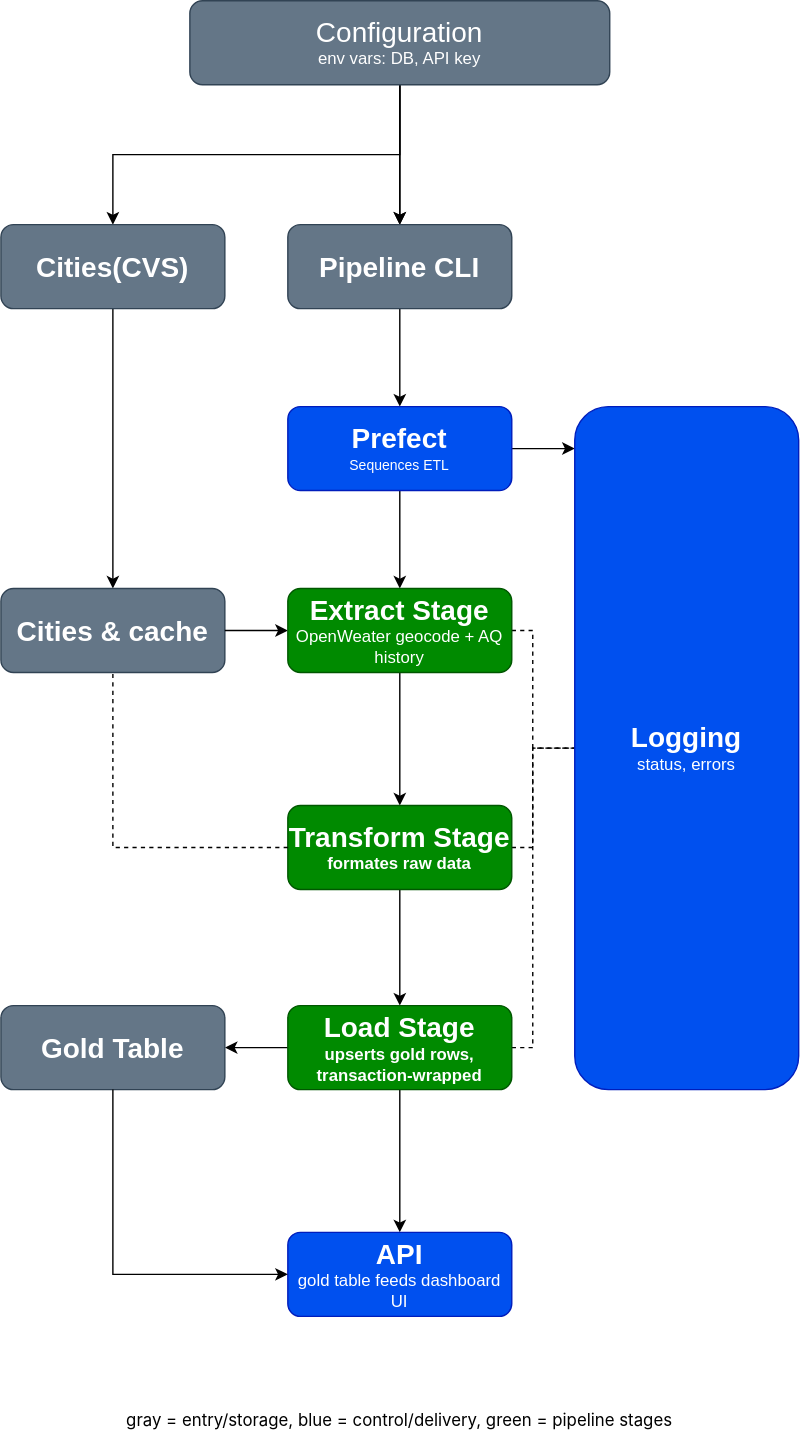
Earlier version of the draw.io export Planned_runtime_flow.drawio.svg (Code-the-Dream-School/summer-26-py-practicum-team2). Source tidied: cells renumbered, new cells last; positions are measured from the earlier drawing's top-left corner, leaving out a move shared by most shapes.
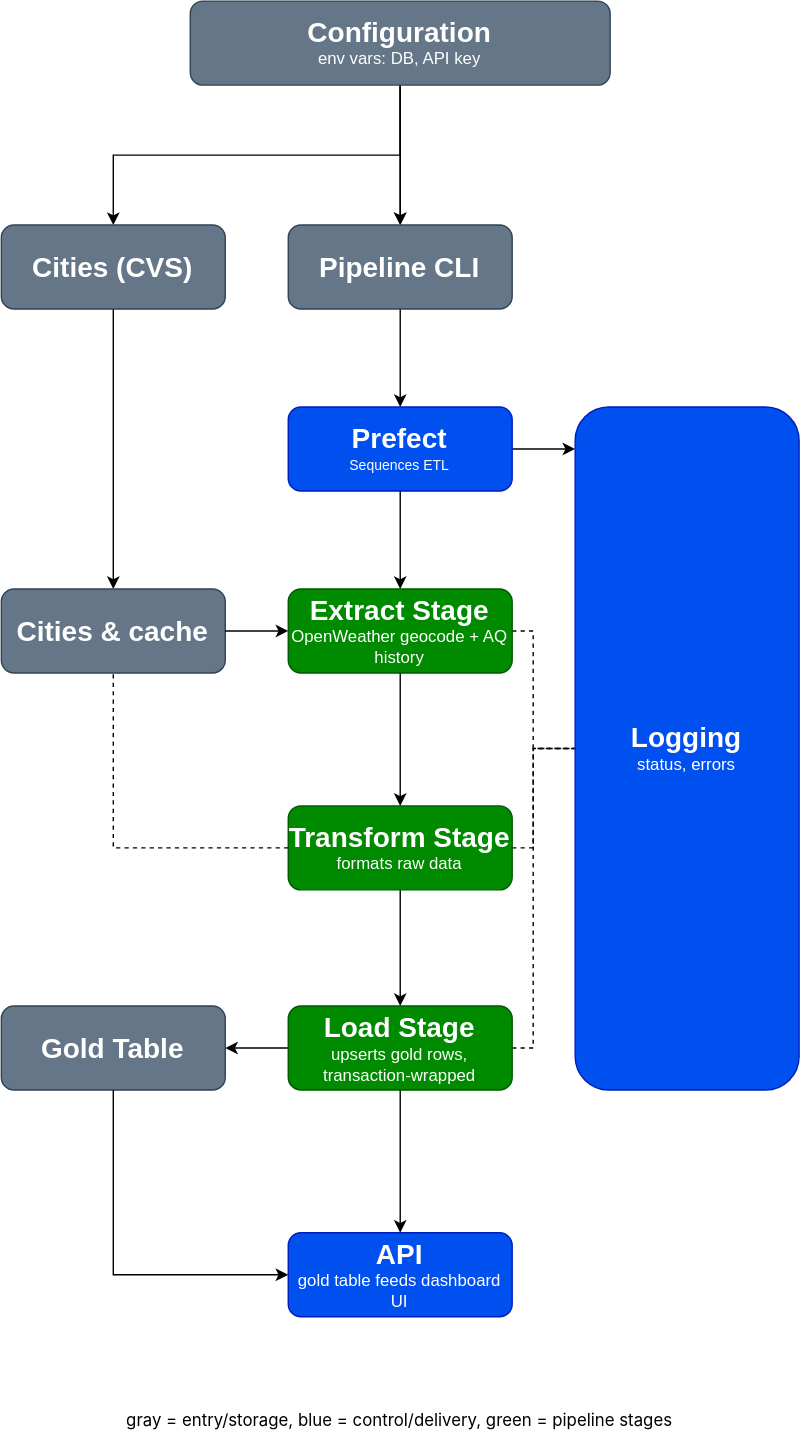
Later version of the same file.

What changed in the source:
```diff
@@ -11,7 +11,7 @@
     <mxCell id="4" style="edgeStyle=orthogonalEdgeStyle;rounded=0;jettySize=auto;html=1;" parent="1" edge="1" source="5" target="9">
       <mxGeometry relative="1" as="geometry" />
     </mxCell>
-    <mxCell id="5" value="&lt;font style=&quot;font-size: 20px;&quot;&gt;Configuration&lt;/font&gt;&lt;br&gt;env vars: DB, API key" style="rounded=1;whiteSpace=wrap;html=1;fillColor=#647687;fontColor=#ffffff;strokeColor=#314354;" parent="1" vertex="1">
+    <mxCell id="5" value="&lt;b&gt;&lt;font style=&quot;font-size: 20px;&quot;&gt;Configuration&lt;/font&gt;&lt;br&gt;&lt;/b&gt;env vars: DB, API key" style="rounded=1;whiteSpace=wrap;html=1;fillColor=#647687;fontColor=#ffffff;strokeColor=#314354;" parent="1" vertex="1">
       <mxGeometry x="135" width="300" height="60" as="geometry" />
     </mxCell>
     <mxCell id="6" style="edgeStyle=orthogonalEdgeStyle;rounded=0;jettySize=auto;html=1;" parent="1" edge="1" source="7" target="13">
@@ -23,7 +23,7 @@
     <mxCell id="8" style="edgeStyle=orthogonalEdgeStyle;rounded=0;jettySize=auto;html=1;" parent="1" edge="1" source="9" target="10">
       <mxGeometry relative="1" as="geometry" />
     </mxCell>
-    <mxCell id="9" value="&lt;b&gt;&lt;font style=&quot;font-size: 20px;&quot;&gt;Cities(CVS)&lt;/font&gt;&lt;/b&gt;" style="whiteSpace=wrap;html=1;rounded=1;fillColor=#647687;fontColor=#ffffff;strokeColor=#314354;" parent="1" vertex="1">
+    <mxCell id="9" value="&lt;b&gt;&lt;font style=&quot;font-size: 20px;&quot;&gt;Cities (CVS)&lt;/font&gt;&lt;/b&gt;" style="whiteSpace=wrap;html=1;rounded=1;fillColor=#647687;fontColor=#ffffff;strokeColor=#314354;" parent="1" vertex="1">
       <mxGeometry y="160" width="160" height="60" as="geometry" />
     </mxCell>
     <mxCell id="10" value="&lt;b&gt;&lt;font style=&quot;font-size: 20px;&quot;&gt;Cities &amp;amp; cache&lt;/font&gt;&lt;/b&gt;" style="whiteSpace=wrap;html=1;rounded=1;fillColor=#647687;fontColor=#ffffff;strokeColor=#314354;" parent="1" vertex="1">
@@ -57,7 +57,7 @@
         </Array>
       </mxGeometry>
     </mxCell>
-    <mxCell id="17" value="&lt;b&gt;&lt;font style=&quot;font-size: 20px;&quot;&gt;Extract Stage&lt;/font&gt;&lt;/b&gt;&lt;br&gt;OpenWeater geocode + AQ history" style="whiteSpace=wrap;html=1;rounded=1;fillColor=#008a00;fontColor=#ffffff;strokeColor=#005700;" parent="1" vertex="1">
+    <mxCell id="17" value="&lt;b&gt;&lt;font style=&quot;font-size: 20px;&quot;&gt;Extract Stage&lt;/font&gt;&lt;/b&gt;&lt;br&gt;OpenWeather geocode + AQ history" style="whiteSpace=wrap;html=1;rounded=1;fillColor=#008a00;fontColor=#ffffff;strokeColor=#005700;" parent="1" vertex="1">
       <mxGeometry x="205" y="420" width="160" height="60" as="geometry" />
     </mxCell>
     <mxCell id="18" style="edgeStyle=orthogonalEdgeStyle;rounded=0;jettySize=auto;html=1;" parent="1" edge="1" source="20" target="24">
@@ -71,7 +71,7 @@
         </Array>
       </mxGeometry>
     </mxCell>
-    <mxCell id="20" value="&lt;b&gt;&lt;font style=&quot;font-size: 20px;&quot;&gt;Transform Stage&lt;br&gt;&lt;/font&gt;formates raw data&lt;/b&gt;" style="whiteSpace=wrap;html=1;rounded=1;fillColor=#008a00;fontColor=#ffffff;strokeColor=#005700;" parent="1" vertex="1">
+    <mxCell id="20" value="&lt;font style=&quot;font-weight: bold; font-size: 20px;&quot;&gt;Transform Stage&lt;br&gt;&lt;/font&gt;formats raw data" style="whiteSpace=wrap;html=1;rounded=1;fillColor=#008a00;fontColor=#ffffff;strokeColor=#005700;" parent="1" vertex="1">
       <mxGeometry x="205" y="575" width="160" height="60" as="geometry" />
     </mxCell>
     <mxCell id="21" style="edgeStyle=orthogonalEdgeStyle;rounded=0;jettySize=auto;html=1;" parent="1" edge="1" source="24" target="25">
@@ -88,7 +88,7 @@
         </Array>
       </mxGeometry>
     </mxCell>
-    <mxCell id="24" value="&lt;b&gt;&lt;font style=&quot;font-size: 20px;&quot;&gt;Load Stage&lt;br&gt;&lt;/font&gt;upserts gold rows, transaction-wrapped&lt;/b&gt;" style="whiteSpace=wrap;html=1;rounded=1;fillColor=#008a00;fontColor=#ffffff;strokeColor=#005700;" parent="1" vertex="1">
+    <mxCell id="24" value="&lt;font style=&quot;font-weight: bold; font-size: 20px;&quot;&gt;Load Stage&lt;br&gt;&lt;/font&gt;upserts gold rows, transaction-wrapped" style="whiteSpace=wrap;html=1;rounded=1;fillColor=#008a00;fontColor=#ffffff;strokeColor=#005700;" parent="1" vertex="1">
       <mxGeometry x="205" y="718" width="160" height="60" as="geometry" />
     </mxCell>
     <mxCell id="25" value="&lt;font style=&quot;font-size: 20px;&quot;&gt;&lt;b&gt;API&lt;/b&gt;&lt;/font&gt;&lt;br&gt;gold table feeds dashboard UI" style="whiteSpace=wrap;html=1;rounded=1;fillColor=#0050ef;fontColor=#ffffff;strokeColor=#001DBC;" parent="1" vertex="1">
```
